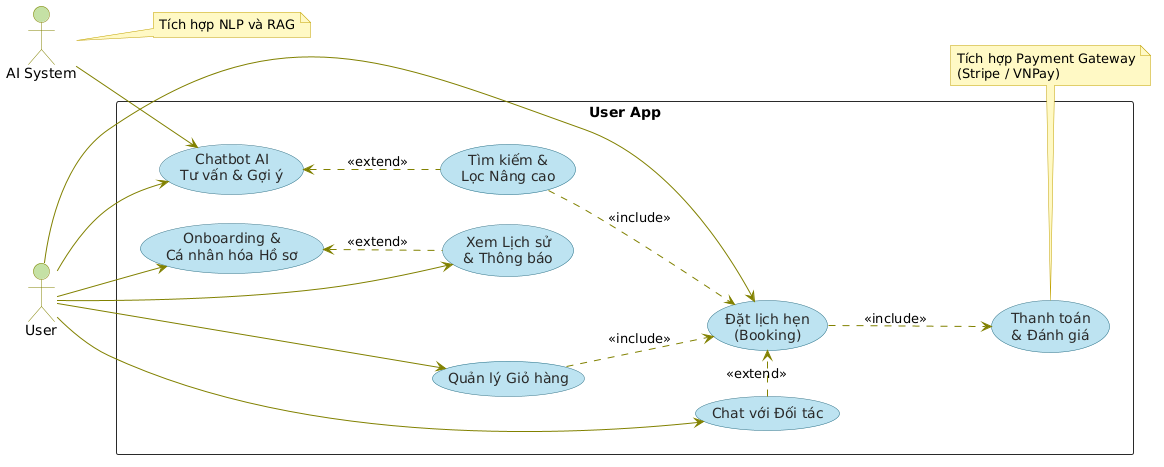
phatngti/Healytics keeps this PlantUML diagram as Report/Images/User_Usecase.png. Above is the earlier version.
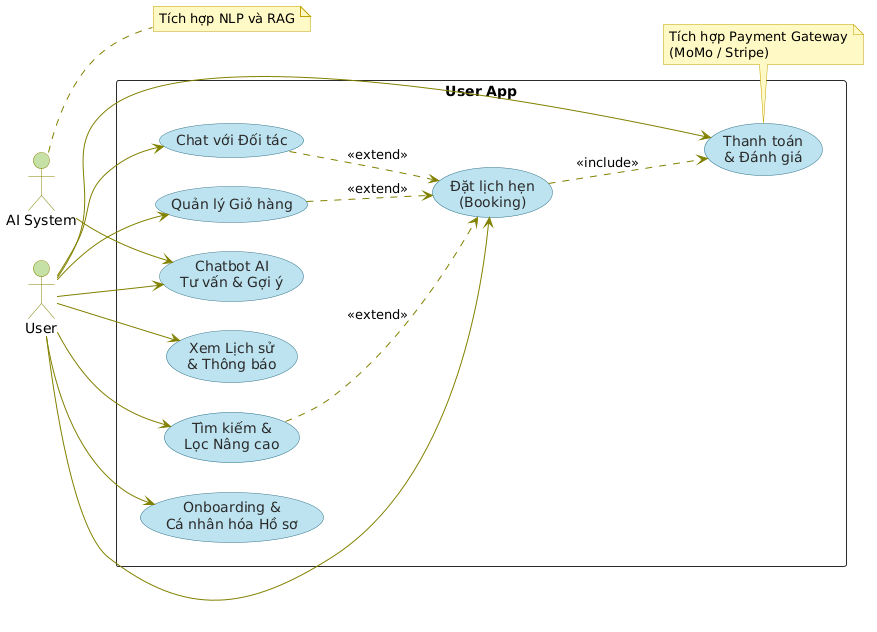
Later version of the same file.

What changed in the source:
```diff
@@ -45,18 +45,18 @@
 AI --> UC_Chatbot
 
 User --> UC_Chatbot
+User --> UC_Search
 User --> UC_Onboard
 User --> UC_History
 User --> UC_Cart
 User --> UC_Book
+User --> UC_Pay
 User --> UC_Chat
 
-UC_Chatbot <.. UC_Search : <<extend>>
-UC_Onboard <.. UC_History : <<extend>>
-UC_Search ..> UC_Book   : <<include>>
-UC_Cart   ..> UC_Book   : <<include>>
+UC_Search ..> UC_Book   : <<extend>>
+UC_Cart   ..> UC_Book   : <<extend>>
 UC_Book   ..> UC_Pay    : <<include>>
-UC_Chat   .>  UC_Book   : <<extend>>
+UC_Chat   ..> UC_Book   : <<extend>>
 
 note right of AI
     Tích hợp NLP và RAG
@@ -64,6 +64,6 @@
 
 note bottom of UC_Pay
     Tích hợp Payment Gateway
-    (Stripe / VNPay)
+    (MoMo / Stripe)
 end note
 @enduml
```
